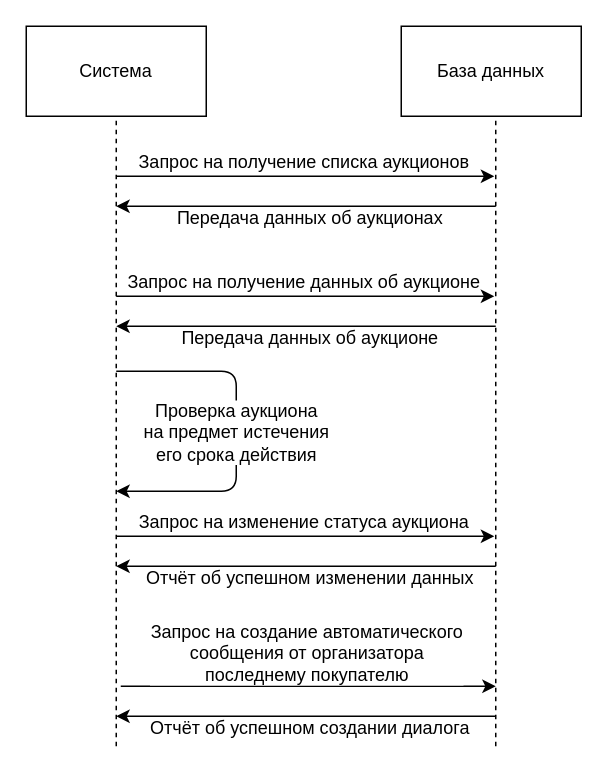
The draw.io diagram Diagrams/Cases Diagrams/Terminate Auction Diagram.drawio in Fake-Make/Au, before the edit. Source tidied: cells renumbered, new cells numbered last; positions are measured from the earlier drawing's top-left corner, leaving out a move shared by most shapes. Both pictures are drawn from the tidied source at 150%, with x=0, y=0 at pixel (26, 26).
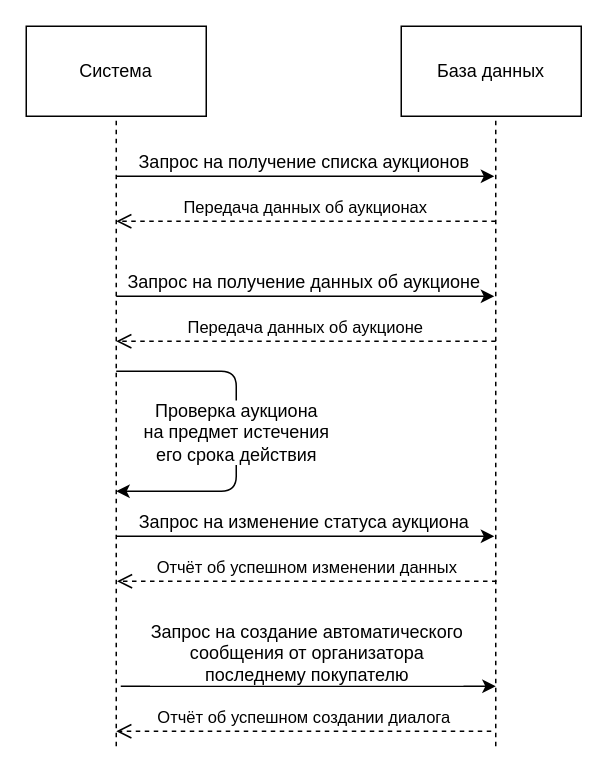
The same diagram, later.

The edit, as a diff of the source:
```diff
@@
-    <mxCell id="10" style="endArrow=classic;html=1;" parent="1" edge="1">
-      <mxGeometry relative="1" as="geometry">
-        <mxPoint x="313" y="360" as="sourcePoint" />
-        <mxPoint x="60" y="360" as="targetPoint" />
-      </mxGeometry>
-    </mxCell>
-    <mxCell id="11" value="Отчёт об успешном изменении данных" style="text;html=1;align=center;verticalAlign=middle;labelBackgroundColor=#ffffff;" parent="10" vertex="1">
-      <mxGeometry x="-0.29" y="1" relative="1" as="geometry">
-        <mxPoint x="-35" y="6" as="offset" />
-      </mxGeometry>
-    </mxCell>
@@
-    <mxCell id="16" style="endArrow=classic;html=1;" parent="1" edge="1">
-      <mxGeometry relative="1" as="geometry">
-        <mxPoint x="313" y="200" as="sourcePoint" />
-        <mxPoint x="60" y="200" as="targetPoint" />
-      </mxGeometry>
-    </mxCell>
-    <mxCell id="17" value="Передача данных об аукционе" style="text;html=1;align=center;verticalAlign=middle;labelBackgroundColor=#ffffff;" parent="16" vertex="1">
-      <mxGeometry x="-0.29" y="1" relative="1" as="geometry">
-        <mxPoint x="-35" y="6" as="offset" />
-      </mxGeometry>
-    </mxCell>
-    <mxCell id="18" style="endArrow=classic;html=1;" parent="1" edge="1">
-      <mxGeometry relative="1" as="geometry">
-        <mxPoint x="313" y="460" as="sourcePoint" />
-        <mxPoint x="60" y="460" as="targetPoint" />
-      </mxGeometry>
-    </mxCell>
-    <mxCell id="19" value="Отчёт об успешном создании диалога" style="text;html=1;align=center;verticalAlign=middle;labelBackgroundColor=#ffffff;" parent="18" vertex="1">
-      <mxGeometry x="-0.29" y="1" relative="1" as="geometry">
-        <mxPoint x="-35" y="6" as="offset" />
-      </mxGeometry>
-    </mxCell>
@@
-    <mxCell id="22" style="endArrow=classic;html=1;" parent="1" edge="1">
-      <mxGeometry relative="1" as="geometry">
-        <mxPoint x="313" y="120" as="sourcePoint" />
-        <mxPoint x="60" y="120" as="targetPoint" />
-      </mxGeometry>
-    </mxCell>
-    <mxCell id="23" value="Передача данных об аукционах" style="text;html=1;align=center;verticalAlign=middle;labelBackgroundColor=#ffffff;" parent="22" vertex="1">
-      <mxGeometry x="-0.29" y="1" relative="1" as="geometry">
-        <mxPoint x="-35" y="6" as="offset" />
+    <mxCell id="23" value="&lt;span&gt;Передача данных об аукционах&lt;/span&gt;" style="html=1;verticalAlign=bottom;endArrow=open;dashed=1;endSize=8;" parent="1" edge="1">
+      <mxGeometry relative="1" as="geometry">
+        <mxPoint x="313" y="130" as="sourcePoint" />
+        <mxPoint x="60" y="130" as="targetPoint" />
       </mxGeometry>
     </mxCell>
+    <mxCell id="17" value="&lt;span&gt;Передача данных об аукционе&lt;/span&gt;" style="html=1;verticalAlign=bottom;endArrow=open;dashed=1;endSize=8;" parent="1" edge="1">
+      <mxGeometry relative="1" as="geometry">
+        <mxPoint x="313" y="210" as="sourcePoint" />
+        <mxPoint x="60" y="210" as="targetPoint" />
+      </mxGeometry>
+    </mxCell>
+    <mxCell id="11" value="&lt;span&gt;Отчёт об успешном изменении данных&lt;/span&gt;" style="html=1;verticalAlign=bottom;endArrow=open;dashed=1;endSize=8;" parent="1" edge="1">
+      <mxGeometry relative="1" as="geometry">
+        <mxPoint x="313.5" y="370" as="sourcePoint" />
+        <mxPoint x="60.5" y="370" as="targetPoint" />
+      </mxGeometry>
+    </mxCell>
+    <mxCell id="19" value="&lt;span&gt;Отчёт об успешном создании диалога&lt;/span&gt;" style="html=1;verticalAlign=bottom;endArrow=open;dashed=1;endSize=8;" parent="1" edge="1">
+      <mxGeometry relative="1" as="geometry">
+        <mxPoint x="310" y="470" as="sourcePoint" />
+        <mxPoint x="60" y="470" as="targetPoint" />
+      </mxGeometry>
+    </mxCell>
```
